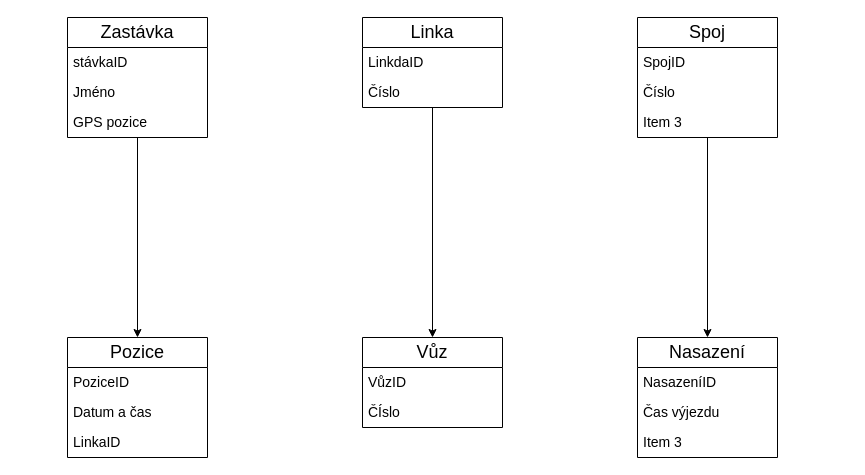
Before: Untitled Diagram.drawio in 0MarI000/ER-diagram, a draw.io diagram. Source tidied: cells renumbered, new cells numbered last; positions are measured from the earlier drawing's top-left corner, leaving out a move shared by most shapes. Both pictures are drawn from the tidied source at 100%, with x=0, y=0 at pixel (67, 17).
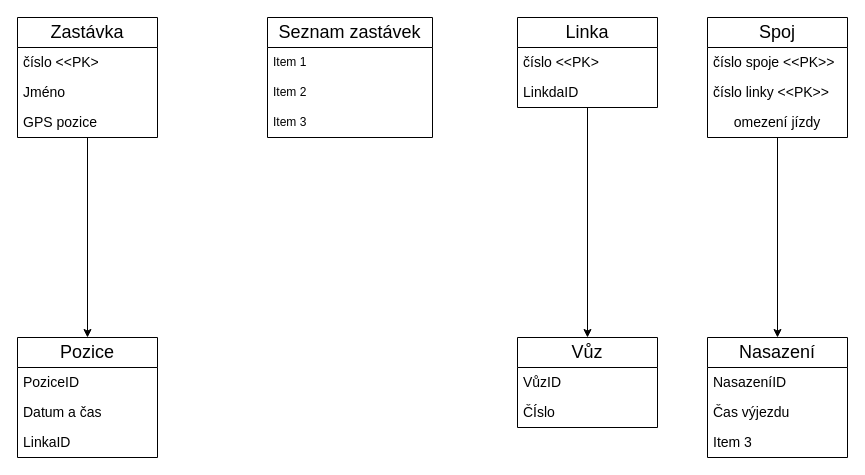
The same page after the edit.

Diff of the diagram source:
```diff
@@
-<mxGraphModel>
+<mxGraphModel background="#ffffff">
@@
     <mxCell id="3" value="&lt;font style=&quot;font-size: 18px;&quot;&gt;Zastávka&lt;/font&gt;" style="swimlane;fontStyle=0;horizontal=1;startSize=30;whiteSpace=wrap;html=1;" parent="1" vertex="1">
-      <mxGeometry width="140" height="120" as="geometry" />
+      <mxGeometry x="-50" width="140" height="120" as="geometry" />
     </mxCell>
-    <mxCell id="4" value="&lt;font style=&quot;font-size: 14px;&quot;&gt;stávkaID&lt;/font&gt;" style="text;strokeColor=none;fillColor=none;align=left;verticalAlign=middle;spacingLeft=4;spacingRight=4;overflow=hidden;whiteSpace=wrap;html=1;" parent="3" vertex="1">
-      <mxGeometry y="30" width="140" height="30" as="geometry" />
-    </mxCell>
+    <mxCell id="27" value="&lt;font style=&quot;font-size: 14px;&quot;&gt;&amp;nbsp;číslo &amp;lt;&amp;lt;PK&amp;gt;&lt;/font&gt;" style="text;html=1;strokeColor=none;fillColor=none;align=left;verticalAlign=middle;whiteSpace=wrap;rounded=0;" parent="3" vertex="1">
+      <mxGeometry y="30" width="140" height="30" as="geometry" />
+    </mxCell>
@@
     <mxCell id="8" value="&lt;font style=&quot;font-size: 18px;&quot;&gt;Linka&lt;/font&gt;" style="swimlane;fontStyle=0;horizontal=1;startSize=30;whiteSpace=wrap;html=1;" parent="1" vertex="1">
-      <mxGeometry x="295" width="140" height="90" as="geometry" />
+      <mxGeometry x="450" width="140" height="90" as="geometry" />
     </mxCell>
+    <mxCell id="10" value="&lt;font style=&quot;font-size: 14px;&quot;&gt;číslo &amp;lt;&amp;lt;PK&amp;gt;&lt;br&gt;&lt;/font&gt;" style="text;strokeColor=none;fillColor=none;align=left;verticalAlign=middle;spacingLeft=4;spacingRight=4;overflow=hidden;whiteSpace=wrap;html=1;" parent="8" vertex="1">
+      <mxGeometry y="30" width="140" height="30" as="geometry" />
+    </mxCell>
     <mxCell id="9" value="&lt;font style=&quot;font-size: 14px;&quot;&gt;LinkdaID&lt;/font&gt;" style="text;strokeColor=none;fillColor=none;align=left;verticalAlign=middle;spacingLeft=4;spacingRight=4;overflow=hidden;whiteSpace=wrap;html=1;" parent="8" vertex="1">
-      <mxGeometry y="30" width="140" height="30" as="geometry" />
+      <mxGeometry y="60" width="140" height="30" as="geometry" />
     </mxCell>
-    <mxCell id="10" value="&lt;font style=&quot;font-size: 14px;&quot;&gt;Číslo&lt;/font&gt;" style="text;strokeColor=none;fillColor=none;align=left;verticalAlign=middle;spacingLeft=4;spacingRight=4;overflow=hidden;whiteSpace=wrap;html=1;" parent="8" vertex="1">
-      <mxGeometry y="60" width="140" height="30" as="geometry" />
-    </mxCell>
@@
     <mxCell id="12" value="&lt;font style=&quot;font-size: 18px;&quot;&gt;Spoj&lt;/font&gt;" style="swimlane;fontStyle=0;horizontal=1;startSize=30;whiteSpace=wrap;html=1;" parent="1" vertex="1">
-      <mxGeometry x="570" width="140" height="120" as="geometry" />
+      <mxGeometry x="640" width="140" height="120" as="geometry" />
     </mxCell>
-    <mxCell id="13" value="&lt;font style=&quot;font-size: 14px;&quot;&gt;SpojID&lt;/font&gt;" style="text;strokeColor=none;fillColor=none;align=left;verticalAlign=middle;spacingLeft=4;spacingRight=4;overflow=hidden;whiteSpace=wrap;html=1;" parent="12" vertex="1">
-      <mxGeometry y="30" width="140" height="30" as="geometry" />
-    </mxCell>
-    <mxCell id="14" value="&lt;font style=&quot;font-size: 14px;&quot;&gt;Číslo&lt;/font&gt;" style="text;strokeColor=none;fillColor=none;align=left;verticalAlign=middle;spacingLeft=4;spacingRight=4;overflow=hidden;whiteSpace=wrap;html=1;" parent="12" vertex="1">
-      <mxGeometry y="60" width="140" height="30" as="geometry" />
+    <mxCell id="14" value="&lt;font style=&quot;font-size: 14px;&quot;&gt;číslo spoje &amp;lt;&amp;lt;PK&amp;gt;&amp;gt;&lt;/font&gt;" style="text;strokeColor=none;fillColor=none;align=left;verticalAlign=middle;spacingLeft=4;spacingRight=4;overflow=hidden;whiteSpace=wrap;html=1;" parent="12" vertex="1">
+      <mxGeometry y="30" width="140" height="30" as="geometry" />
     </mxCell>
-    <mxCell id="15" value="&lt;font style=&quot;font-size: 14px;&quot;&gt;Item 3&lt;/font&gt;" style="text;strokeColor=none;fillColor=none;align=left;verticalAlign=middle;spacingLeft=4;spacingRight=4;overflow=hidden;whiteSpace=wrap;html=1;" parent="12" vertex="1">
-      <mxGeometry y="90" width="140" height="30" as="geometry" />
+    <mxCell id="15" value="&lt;font style=&quot;font-size: 14px;&quot;&gt;číslo linky &amp;lt;&amp;lt;PK&amp;gt;&amp;gt;&lt;/font&gt;" style="text;strokeColor=none;fillColor=none;align=left;verticalAlign=middle;spacingLeft=4;spacingRight=4;overflow=hidden;whiteSpace=wrap;html=1;" parent="12" vertex="1">
+      <mxGeometry y="60" width="140" height="30" as="geometry" />
     </mxCell>
+    <mxCell id="28" value="&lt;font style=&quot;font-size: 14px;&quot;&gt;omezení jízdy&lt;/font&gt;" style="text;html=1;strokeColor=none;fillColor=none;align=center;verticalAlign=middle;whiteSpace=wrap;rounded=0;" parent="12" vertex="1">
+      <mxGeometry y="90" width="140" height="30" as="geometry" />
+    </mxCell>
     <mxCell id="16" value="&lt;font style=&quot;font-size: 18px;&quot;&gt;Nasazení&lt;/font&gt;" style="swimlane;fontStyle=0;horizontal=1;startSize=30;whiteSpace=wrap;html=1;" parent="1" vertex="1">
-      <mxGeometry x="570" y="320" width="140" height="120" as="geometry" />
+      <mxGeometry x="640" y="320" width="140" height="120" as="geometry" />
     </mxCell>
@@
     <mxCell id="20" value="&lt;font style=&quot;font-size: 18px;&quot;&gt;Pozice&lt;/font&gt;" style="swimlane;fontStyle=0;horizontal=1;startSize=30;whiteSpace=wrap;html=1;" parent="1" vertex="1">
-      <mxGeometry y="320" width="140" height="120" as="geometry" />
+      <mxGeometry x="-50" y="320" width="140" height="120" as="geometry" />
     </mxCell>
@@
     <mxCell id="24" value="&lt;font style=&quot;font-size: 18px;&quot;&gt;Vůz&lt;/font&gt;" style="swimlane;fontStyle=0;horizontal=1;startSize=30;whiteSpace=wrap;html=1;" parent="1" vertex="1">
-      <mxGeometry x="295" y="320" width="140" height="90" as="geometry" />
+      <mxGeometry x="450" y="320" width="140" height="90" as="geometry" />
     </mxCell>
@@
+    <mxCell id="29" value="&lt;span style=&quot;font-size: 18px;&quot;&gt;Seznam zastávek&lt;/span&gt;" style="swimlane;fontStyle=0;horizontal=1;startSize=30;whiteSpace=wrap;html=1;" parent="1" vertex="1">
+      <mxGeometry x="200" width="165" height="120" as="geometry" />
+    </mxCell>
+    <mxCell id="30" value="Item 1" style="text;strokeColor=none;fillColor=none;align=left;verticalAlign=middle;spacingLeft=4;spacingRight=4;overflow=hidden;whiteSpace=wrap;html=1;" parent="29" vertex="1">
+      <mxGeometry y="30" width="165" height="30" as="geometry" />
+    </mxCell>
+    <mxCell id="31" value="Item 2" style="text;strokeColor=none;fillColor=none;align=left;verticalAlign=middle;spacingLeft=4;spacingRight=4;overflow=hidden;whiteSpace=wrap;html=1;" parent="29" vertex="1">
+      <mxGeometry y="60" width="165" height="30" as="geometry" />
+    </mxCell>
+    <mxCell id="32" value="Item 3" style="text;strokeColor=none;fillColor=none;align=left;verticalAlign=middle;spacingLeft=4;spacingRight=4;overflow=hidden;whiteSpace=wrap;html=1;" parent="29" vertex="1">
+      <mxGeometry y="90" width="165" height="30" as="geometry" />
+    </mxCell>
```
